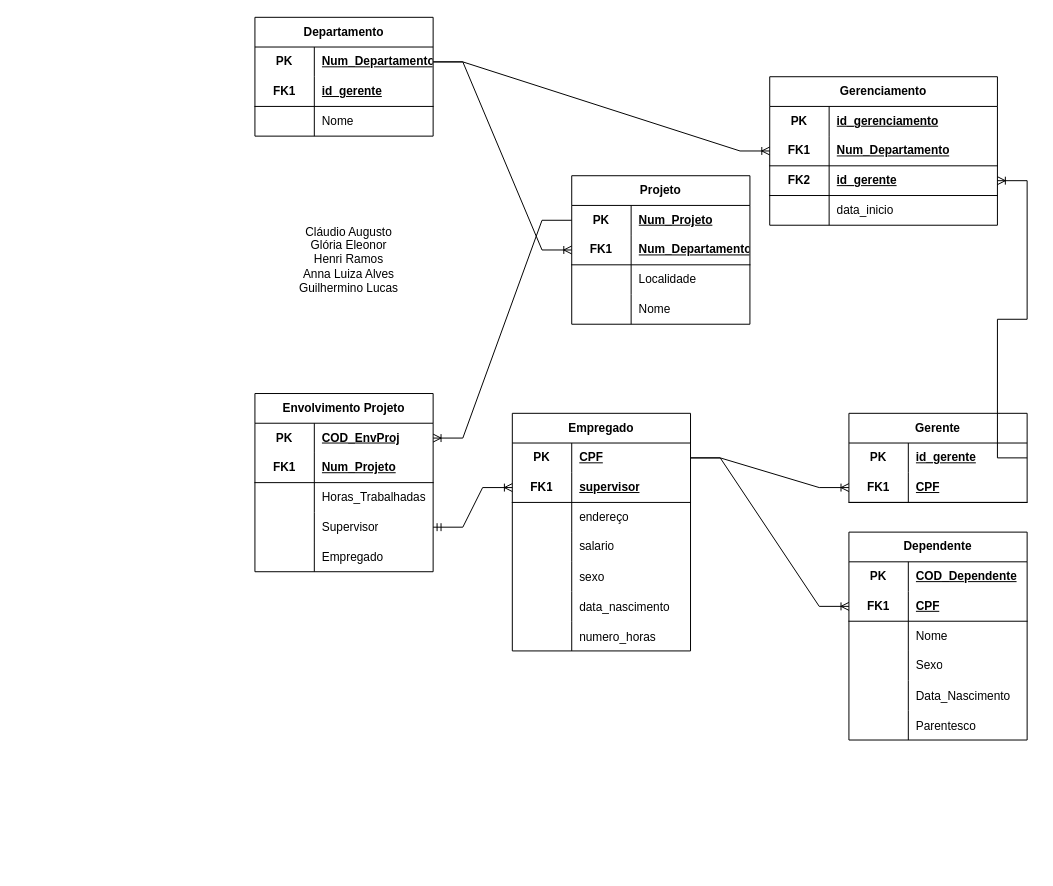
Before: Diagrama sem nome.drawio in GoldenBoyLab/Banco_Dados, a draw.io diagram. Source tidied: cells renumbered, new cells numbered last; positions are measured from the earlier drawing's top-left corner, leaving out a move shared by most shapes. Both pictures are drawn from the tidied source at 99%, with x=0, y=0 at pixel (245, 17).
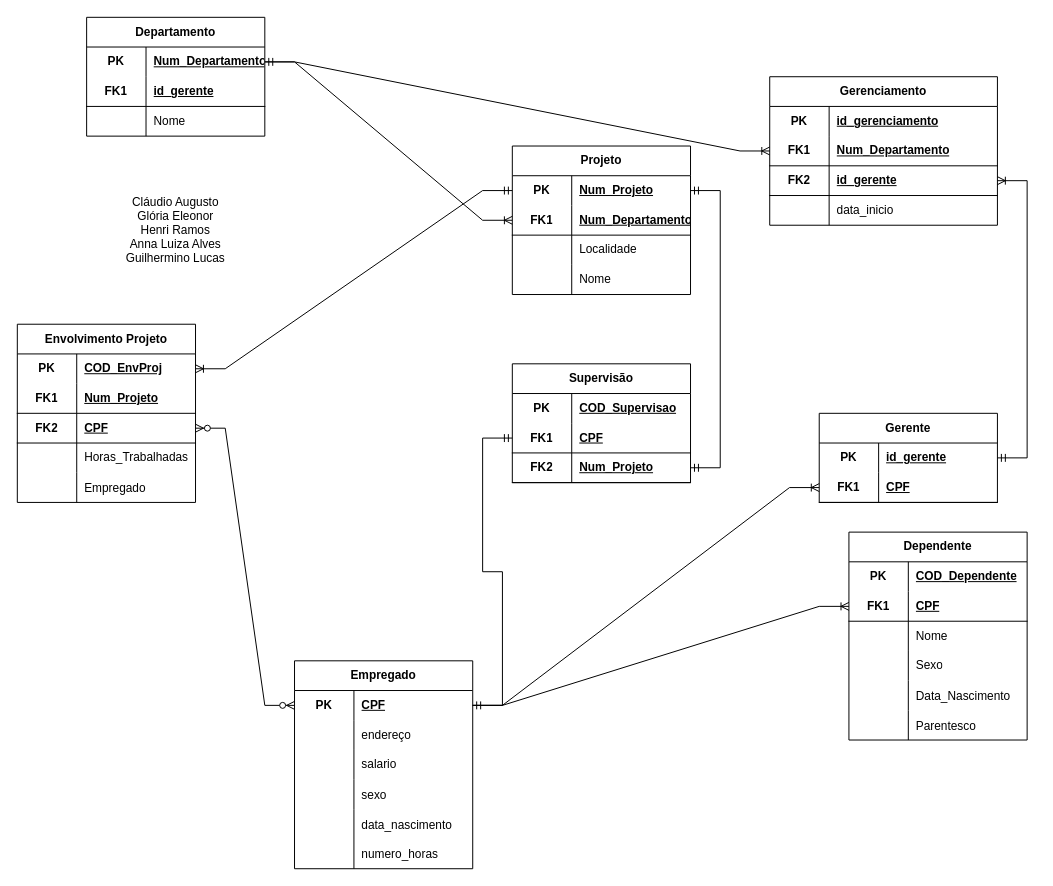
After the change.

The change refers to these unchanged cells:
```xml
<mxCell id="3" style="shape=tableRow;horizontal=0;startSize=0;swimlaneHead=0;swimlaneBody=0;fillColor=none;points=[[0,0.5],[1,0.5]];portConstraint=eastwest;top=0;left=0;right=0;bottom=0;html=1;" parent="2" vertex="1">
  <mxGeometry y="30" width="180" height="30" as="geometry" />
</mxCell>
<mxCell id="25" style="shape=tableRow;horizontal=0;startSize=0;swimlaneHead=0;swimlaneBody=0;fillColor=none;points=[[0,0.5],[1,0.5]];portConstraint=eastwest;top=0;left=0;right=0;bottom=0;html=1;" parent="24" vertex="1">
  <mxGeometry y="30" width="180" height="30" as="geometry" />
</mxCell>
<mxCell id="42" style="shape=tableRow;horizontal=0;startSize=0;swimlaneHead=0;swimlaneBody=0;fillColor=none;points=[[0,0.5],[1,0.5]];portConstraint=eastwest;top=0;left=0;right=0;bottom=0;html=1;" parent="41" vertex="1">
  <mxGeometry y="30" width="180" height="30" as="geometry" />
</mxCell>
<mxCell id="57" style="shape=tableRow;horizontal=0;startSize=0;swimlaneHead=0;swimlaneBody=0;fillColor=none;points=[[0,0.5],[1,0.5]];portConstraint=eastwest;top=0;left=0;right=0;bottom=0;html=1;" parent="56" vertex="1">
  <mxGeometry y="30" width="180" height="30" as="geometry" />
</mxCell>
<mxCell id="85" style="shape=tableRow;horizontal=0;startSize=0;swimlaneHead=0;swimlaneBody=0;fillColor=none;points=[[0,0.5],[1,0.5]];portConstraint=eastwest;top=0;left=0;right=0;bottom=0;html=1;" parent="84" vertex="1">
  <mxGeometry y="30" width="180" height="30" as="geometry" />
</mxCell>
<mxCell id="98" style="shape=tableRow;horizontal=0;startSize=0;swimlaneHead=0;swimlaneBody=0;fillColor=none;points=[[0,0.5],[1,0.5]];portConstraint=eastwest;top=0;left=0;right=0;bottom=1;html=1;" parent="94" vertex="1">
  <mxGeometry y="60" width="230" height="30" as="geometry" />
</mxCell>
<mxCell id="101" style="shape=tableRow;horizontal=0;startSize=0;swimlaneHead=0;swimlaneBody=0;fillColor=none;points=[[0,0.5],[1,0.5]];portConstraint=eastwest;top=0;left=0;right=0;bottom=1;" parent="94" vertex="1">
  <mxGeometry y="90" width="230" height="30" as="geometry" />
</mxCell>
```

The edit, as a diff of the source:
```diff
@@
     <mxCell id="2" value="Empregado" style="shape=table;startSize=30;childLayout=tableLayout;rowLines=0;fontStyle=1;align=center;html=1;whiteSpace=wrap;" parent="1" vertex="1">
-      <mxGeometry x="270" y="400" width="180" height="240" as="geometry" />
+      <mxGeometry x="50" y="650" width="180" height="210" as="geometry" />
     </mxCell>
@@
-    <mxCell id="6" style="shape=tableRow;horizontal=0;startSize=0;swimlaneHead=0;swimlaneBody=0;fillColor=none;points=[[0,0.5],[1,0.5]];portConstraint=eastwest;top=0;left=0;right=0;bottom=1;html=1;" parent="2" vertex="1">
-      <mxGeometry y="60" width="180" height="30" as="geometry" />
-    </mxCell>
-    <mxCell id="7" value="FK1" style="shape=partialRectangle;fillColor=none;top=0;left=0;bottom=0;right=0;fontStyle=1;overflow=hidden;html=1;whiteSpace=wrap;" parent="6" vertex="1">
-      <mxGeometry width="60" height="30" as="geometry" />
-    </mxCell>
-    <mxCell id="8" value="supervisor" style="shape=partialRectangle;fillColor=none;top=0;left=0;bottom=0;right=0;align=left;spacingLeft=6;fontStyle=5;overflow=hidden;html=1;whiteSpace=wrap;" parent="6" vertex="1">
-      <mxGeometry x="60" width="120" height="30" as="geometry" />
-    </mxCell>
     <mxCell id="9" style="shape=tableRow;horizontal=0;startSize=0;swimlaneHead=0;swimlaneBody=0;fillColor=none;top=0;left=0;right=0;bottom=0;html=1;" parent="2" vertex="1">
-      <mxGeometry y="90" width="180" height="30" as="geometry" />
+      <mxGeometry y="60" width="180" height="30" as="geometry" />
     </mxCell>
@@
     <mxCell id="12" style="shape=tableRow;horizontal=0;startSize=0;swimlaneHead=0;swimlaneBody=0;fillColor=none;top=0;left=0;right=0;bottom=0;html=1;" parent="2" vertex="1">
-      <mxGeometry y="120" width="180" height="30" as="geometry" />
+      <mxGeometry y="90" width="180" height="30" as="geometry" />
     </mxCell>
@@
     <mxCell id="15" style="shape=tableRow;horizontal=0;startSize=0;swimlaneHead=0;swimlaneBody=0;fillColor=none;top=0;left=0;right=0;bottom=0;" parent="2" vertex="1">
-      <mxGeometry y="150" width="180" height="30" as="geometry" />
+      <mxGeometry y="120" width="180" height="30" as="geometry" />
     </mxCell>
@@
     <mxCell id="18" style="shape=tableRow;horizontal=0;startSize=0;swimlaneHead=0;swimlaneBody=0;fillColor=none;top=0;left=0;right=0;bottom=0;" parent="2" vertex="1">
-      <mxGeometry y="180" width="180" height="30" as="geometry" />
+      <mxGeometry y="150" width="180" height="30" as="geometry" />
     </mxCell>
@@
     <mxCell id="21" style="shape=tableRow;horizontal=0;startSize=0;swimlaneHead=0;swimlaneBody=0;fillColor=none;top=0;left=0;right=0;bottom=0;" parent="2" vertex="1">
-      <mxGeometry y="210" width="180" height="30" as="geometry" />
+      <mxGeometry y="180" width="180" height="30" as="geometry" />
     </mxCell>
@@
     <mxCell id="24" value="Envolvimento Projeto" style="shape=table;startSize=30;childLayout=tableLayout;rowLines=0;fontStyle=1;align=center;html=1;whiteSpace=wrap;" parent="1" vertex="1">
-      <mxGeometry x="10" y="380" width="180" height="180" as="geometry" />
+      <mxGeometry x="-230" y="310" width="180" height="180" as="geometry" />
     </mxCell>
@@
+    <mxCell id="110" style="shape=tableRow;horizontal=0;startSize=0;swimlaneHead=0;swimlaneBody=0;fillColor=none;points=[[0,0.5],[1,0.5]];portConstraint=eastwest;top=0;left=0;right=0;bottom=1;" parent="24" vertex="1">
+      <mxGeometry y="90" width="180" height="30" as="geometry" />
+    </mxCell>
+    <mxCell id="111" value="FK2" style="shape=partialRectangle;fillColor=none;top=0;left=0;bottom=0;right=0;fontStyle=1;overflow=hidden;whiteSpace=wrap;html=1;" parent="110" vertex="1">
+      <mxGeometry width="60" height="30" as="geometry" />
+    </mxCell>
+    <mxCell id="112" value="CPF" style="shape=partialRectangle;fillColor=none;top=0;left=0;bottom=0;right=0;align=left;spacingLeft=6;fontStyle=5;overflow=hidden;whiteSpace=wrap;html=1;" parent="110" vertex="1">
+      <mxGeometry x="60" width="120" height="30" as="geometry" />
+    </mxCell>
     <mxCell id="31" style="shape=tableRow;horizontal=0;startSize=0;swimlaneHead=0;swimlaneBody=0;fillColor=none;top=0;left=0;right=0;bottom=0;html=1;" parent="24" vertex="1">
-      <mxGeometry y="90" width="180" height="30" as="geometry" />
+      <mxGeometry y="120" width="180" height="30" as="geometry" />
     </mxCell>
@@
-    <mxCell id="34" style="shape=tableRow;horizontal=0;startSize=0;swimlaneHead=0;swimlaneBody=0;fillColor=none;points=[[0,0.5],[1,0.5]];portConstraint=eastwest;top=0;left=0;right=0;bottom=0;html=1;" parent="24" vertex="1">
-      <mxGeometry y="120" width="180" height="30" as="geometry" />
-    </mxCell>
-    <mxCell id="35" style="shape=partialRectangle;fillColor=none;top=0;left=0;bottom=0;right=0;overflow=hidden;html=1;whiteSpace=wrap;" parent="34" vertex="1">
-      <mxGeometry width="60" height="30" as="geometry" />
-    </mxCell>
-    <mxCell id="36" value="Supervisor" style="shape=partialRectangle;fillColor=none;top=0;left=0;bottom=0;right=0;align=left;spacingLeft=6;overflow=hidden;html=1;whiteSpace=wrap;" parent="34" vertex="1">
-      <mxGeometry x="60" width="120" height="30" as="geometry" />
-    </mxCell>
@@
-    <mxCell id="40" style="edgeStyle=entityRelationEdgeStyle;fontSize=12;html=1;endArrow=ERoneToMany;startArrow=ERmandOne;rounded=0;exitX=1;exitY=0.5;exitDx=0;exitDy=0;entryX=0;entryY=0.5;entryDx=0;entryDy=0;" parent="1" edge="1" source="34" target="6">
-      <mxGeometry relative="1" as="geometry" />
-    </mxCell>
     <mxCell id="41" value="Projeto" style="shape=table;startSize=30;childLayout=tableLayout;rowLines=0;fontStyle=1;align=center;html=1;whiteSpace=wrap;" parent="1" vertex="1">
-      <mxGeometry x="330" y="160" width="180" height="150" as="geometry" />
+      <mxGeometry x="270" y="130" width="180" height="150" as="geometry" />
     </mxCell>
@@
-    <mxCell id="55" style="edgeStyle=entityRelationEdgeStyle;fontSize=12;html=1;endArrow=ERoneToMany;rounded=0;exitX=0;exitY=0.5;exitDx=0;exitDy=0;entryX=1;entryY=0.5;entryDx=0;entryDy=0;" parent="1" edge="1" source="42" target="25">
+    <mxCell id="55" style="edgeStyle=entityRelationEdgeStyle;fontSize=12;html=1;endArrow=ERoneToMany;rounded=0;exitX=0;exitY=0.5;exitDx=0;exitDy=0;entryX=1;entryY=0.5;entryDx=0;entryDy=0;startArrow=ERmandOne;startFill=0;" parent="1" edge="1" source="42" target="25">
       <mxGeometry relative="1" as="geometry">
         <Array as="points">
           <mxPoint x="220" y="410" />
           <mxPoint x="100" y="360" />
         </Array>
       </mxGeometry>
     </mxCell>
     <mxCell id="56" value="Gerente" style="shape=table;startSize=30;childLayout=tableLayout;rowLines=0;fontStyle=1;align=center;html=1;whiteSpace=wrap;" parent="1" vertex="1">
-      <mxGeometry x="610" y="400" width="180" height="90" as="geometry" />
+      <mxGeometry x="580" y="400" width="180" height="90" as="geometry" />
     </mxCell>
@@
     <mxCell id="84" value="Departamento" style="shape=table;startSize=30;childLayout=tableLayout;rowLines=0;fontStyle=1;align=center;html=1;whiteSpace=wrap;" parent="1" vertex="1">
-      <mxGeometry x="10" width="180" height="120" as="geometry" />
+      <mxGeometry x="-160" width="180" height="120" as="geometry" />
     </mxCell>
@@
-    <mxCell id="107" style="edgeStyle=entityRelationEdgeStyle;fontSize=12;html=1;endArrow=ERoneToMany;rounded=0;exitX=1;exitY=0.5;exitDx=0;exitDy=0;entryX=1;entryY=0.5;entryDx=0;entryDy=0;" parent="1" edge="1" source="57" target="101">
+    <mxCell id="107" style="edgeStyle=entityRelationEdgeStyle;fontSize=12;html=1;endArrow=ERoneToMany;rounded=0;exitX=1;exitY=0.5;exitDx=0;exitDy=0;entryX=1;entryY=0.5;entryDx=0;entryDy=0;startArrow=ERmandOne;startFill=0;endFill=0;" parent="1" edge="1" source="57" target="101">
       <mxGeometry relative="1" as="geometry" />
     </mxCell>
-    <mxCell id="108" style="edgeStyle=entityRelationEdgeStyle;fontSize=12;html=1;endArrow=ERoneToMany;rounded=0;exitX=1;exitY=0.5;exitDx=0;exitDy=0;entryX=0;entryY=0.5;entryDx=0;entryDy=0;" parent="1" edge="1" source="85" target="98">
+    <mxCell id="108" style="edgeStyle=entityRelationEdgeStyle;fontSize=12;html=1;endArrow=ERoneToMany;rounded=0;exitX=1;exitY=0.5;exitDx=0;exitDy=0;entryX=0;entryY=0.5;entryDx=0;entryDy=0;startArrow=ERmandOne;startFill=0;" parent="1" edge="1" source="85" target="98">
       <mxGeometry relative="1" as="geometry" />
     </mxCell>
     <mxCell id="109" value="Cláudio Augusto&lt;br&gt;Glória Eleonor&lt;br&gt;Henri Ramos&lt;br&gt;Anna Luiza Alves&lt;br&gt;Guilhermino Lucas" style="text;html=1;align=center;verticalAlign=middle;whiteSpace=wrap;rounded=0;" parent="1" vertex="1">
-      <mxGeometry y="180" width="210" height="130" as="geometry" />
+      <mxGeometry x="-175" y="150" width="210" height="130" as="geometry" />
     </mxCell>
+    <mxCell id="113" value="Supervisão" style="shape=table;startSize=30;childLayout=tableLayout;rowLines=0;fontStyle=1;align=center;html=1;whiteSpace=wrap;" parent="1" vertex="1">
+      <mxGeometry x="270" y="350" width="180" height="120" as="geometry" />
+    </mxCell>
+    <mxCell id="114" style="shape=tableRow;horizontal=0;startSize=0;swimlaneHead=0;swimlaneBody=0;fillColor=none;top=0;left=0;right=0;bottom=0;html=1;" parent="113" vertex="1">
+      <mxGeometry y="30" width="180" height="30" as="geometry" />
+    </mxCell>
+    <mxCell id="115" value="PK" style="shape=partialRectangle;fillColor=none;top=0;left=0;bottom=0;right=0;fontStyle=1;overflow=hidden;html=1;whiteSpace=wrap;" parent="114" vertex="1">
+      <mxGeometry width="60" height="30" as="geometry" />
+    </mxCell>
+    <mxCell id="116" value="COD_Supervisao" style="shape=partialRectangle;fillColor=none;top=0;left=0;bottom=0;right=0;align=left;spacingLeft=6;fontStyle=5;overflow=hidden;html=1;whiteSpace=wrap;" parent="114" vertex="1">
+      <mxGeometry x="60" width="120" height="30" as="geometry" />
+    </mxCell>
+    <mxCell id="6" style="shape=tableRow;horizontal=0;startSize=0;swimlaneHead=0;swimlaneBody=0;fillColor=none;points=[[0,0.5],[1,0.5]];portConstraint=eastwest;top=0;left=0;right=0;bottom=1;html=1;" parent="113" vertex="1">
+      <mxGeometry y="60" width="180" height="30" as="geometry" />
+    </mxCell>
+    <mxCell id="7" value="FK1" style="shape=partialRectangle;fillColor=none;top=0;left=0;bottom=0;right=0;fontStyle=1;overflow=hidden;html=1;whiteSpace=wrap;" parent="6" vertex="1">
+      <mxGeometry width="60" height="30" as="geometry" />
+    </mxCell>
+    <mxCell id="117" value="CPF" style="shape=partialRectangle;fillColor=none;top=0;left=0;bottom=0;right=0;align=left;spacingLeft=6;fontStyle=5;overflow=hidden;html=1;whiteSpace=wrap;" parent="6" vertex="1">
+      <mxGeometry x="60" width="120" height="30" as="geometry" />
+    </mxCell>
+    <mxCell id="118" style="shape=tableRow;horizontal=0;startSize=0;swimlaneHead=0;swimlaneBody=0;fillColor=none;points=[[0,0.5],[1,0.5]];portConstraint=eastwest;top=0;left=0;right=0;bottom=1;" parent="113" vertex="1">
+      <mxGeometry y="90" width="180" height="30" as="geometry" />
+    </mxCell>
+    <mxCell id="119" value="FK2" style="shape=partialRectangle;fillColor=none;top=0;left=0;bottom=0;right=0;fontStyle=1;overflow=hidden;whiteSpace=wrap;html=1;" parent="118" vertex="1">
+      <mxGeometry width="60" height="30" as="geometry" />
+    </mxCell>
+    <mxCell id="120" value="Num_Projeto" style="shape=partialRectangle;fillColor=none;top=0;left=0;bottom=0;right=0;align=left;spacingLeft=6;fontStyle=5;overflow=hidden;whiteSpace=wrap;html=1;" parent="118" vertex="1">
+      <mxGeometry x="60" width="120" height="30" as="geometry" />
+    </mxCell>
+    <mxCell id="121" style="edgeStyle=entityRelationEdgeStyle;fontSize=12;html=1;endArrow=ERmandOne;startArrow=ERmandOne;rounded=0;exitX=1;exitY=0.5;exitDx=0;exitDy=0;entryX=0;entryY=0.5;entryDx=0;entryDy=0;" parent="1" edge="1" source="3" target="6">
+      <mxGeometry relative="1" as="geometry" />
+    </mxCell>
+    <mxCell id="122" style="edgeStyle=entityRelationEdgeStyle;fontSize=12;html=1;endArrow=ERmandOne;startArrow=ERmandOne;rounded=0;entryX=1;entryY=0.5;entryDx=0;entryDy=0;exitX=1;exitY=0.5;exitDx=0;exitDy=0;" parent="1" edge="1" source="118" target="42">
+      <mxGeometry relative="1" as="geometry" />
+    </mxCell>
+    <mxCell id="123" style="edgeStyle=entityRelationEdgeStyle;fontSize=12;html=1;endArrow=ERzeroToMany;endFill=1;startArrow=ERzeroToMany;rounded=0;exitX=0;exitY=0.5;exitDx=0;exitDy=0;" parent="1" edge="1" source="3" target="110">
+      <mxGeometry relative="1" as="geometry">
+        <Array as="points">
+          <mxPoint x="-200" y="670" />
+          <mxPoint x="-150" y="540" />
+          <mxPoint x="-190" y="590" />
+          <mxPoint x="-190" y="540" />
+          <mxPoint x="-210" y="570" />
+          <mxPoint x="-440" y="550" />
+          <mxPoint x="-240" y="470" />
+        </Array>
+      </mxGeometry>
+    </mxCell>
```
